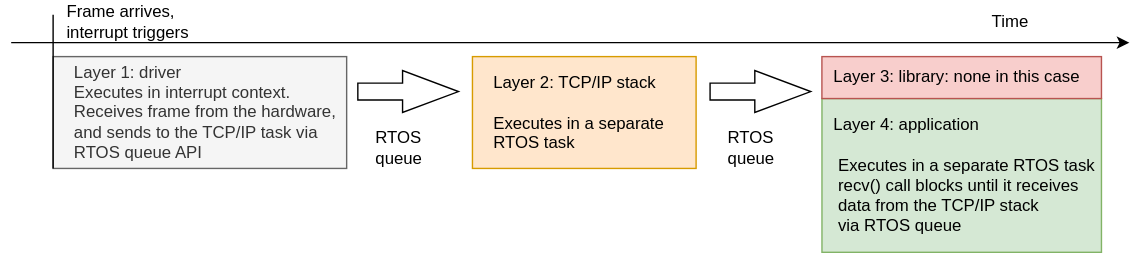
Earlier version of the draw.io export media/socket.svg (cpq/embedded-network-programming-guide). Source tidied: cells renumbered, new cells last; positions are measured from the earlier drawing's top-left corner, leaving out a move shared by most shapes. Its diagram source:
```xml
<mxGraphModel>
  <root>
    <mxCell id="0" />
    <mxCell id="1" parent="0" />
    <mxCell id="2" value="&amp;nbsp; Layer 4: application&lt;br&gt;&lt;br&gt;&amp;nbsp; &amp;nbsp;Executes in a separate RTOS task&lt;br&gt;&amp;nbsp; &amp;nbsp;recv() call blocks until it receives&lt;br&gt;&amp;nbsp; &amp;nbsp;data from the TCP/IP stack&lt;br&gt;&amp;nbsp; &amp;nbsp;via RTOS queue" style="rounded=0;whiteSpace=wrap;html=1;fillColor=#d5e8d4;strokeColor=#82b366;align=left;" parent="1" vertex="1">
      <mxGeometry x="580" y="70" width="200" height="110" as="geometry" />
    </mxCell>
    <mxCell id="3" value="&amp;nbsp; Layer 3: library: none in this case" style="rounded=0;whiteSpace=wrap;html=1;fillColor=#f8cecc;strokeColor=#b85450;align=left;" parent="1" vertex="1">
      <mxGeometry x="580" y="40" width="200" height="30" as="geometry" />
    </mxCell>
    <mxCell id="4" value="&amp;nbsp; &amp;nbsp; Layer 2: TCP/IP stack&lt;br&gt;&lt;br&gt;&amp;nbsp; &amp;nbsp; Executes in a separate&lt;br&gt;&amp;nbsp; &amp;nbsp; RTOS task" style="rounded=0;whiteSpace=wrap;html=1;fillColor=#ffe6cc;strokeColor=#d79b00;align=left;" parent="1" vertex="1">
      <mxGeometry x="330" y="40" width="160" height="80" as="geometry" />
    </mxCell>
    <mxCell id="5" value="&amp;nbsp; &amp;nbsp; Layer 1: driver&lt;br&gt;&amp;nbsp; &amp;nbsp; Executes in interrupt context.&lt;br&gt;&amp;nbsp; &amp;nbsp; Receives frame from the hardware,&lt;br&gt;&amp;nbsp; &amp;nbsp; and sends to the TCP/IP task via&lt;br&gt;&amp;nbsp; &amp;nbsp; RTOS queue API" style="rounded=0;whiteSpace=wrap;html=1;fillColor=#f5f5f5;strokeColor=#666666;align=left;fontColor=#333333;" parent="1" vertex="1">
      <mxGeometry x="30" y="40" width="210" height="80" as="geometry" />
    </mxCell>
    <mxCell id="6" value="Frame arrives,&amp;nbsp; interrupt triggers" style="text;html=1;strokeColor=none;fillColor=none;align=left;verticalAlign=middle;whiteSpace=wrap;rounded=0;" parent="1" vertex="1">
      <mxGeometry x="38" width="90" height="30" as="geometry" />
    </mxCell>
    <mxCell id="7" style="endArrow=classic;html=1;rounded=0;endFill=1;" parent="1" edge="1">
      <mxGeometry relative="1" as="geometry">
        <mxPoint y="30" as="sourcePoint" />
        <mxPoint x="800" y="30" as="targetPoint" />
      </mxGeometry>
    </mxCell>
    <mxCell id="8" value="Time" style="text;html=1;strokeColor=none;fillColor=none;align=center;verticalAlign=middle;whiteSpace=wrap;rounded=0;" parent="1" vertex="1">
      <mxGeometry x="690" width="50" height="30" as="geometry" />
    </mxCell>
    <mxCell id="9" style="endArrow=none;html=1;rounded=0;" parent="1" edge="1">
      <mxGeometry relative="1" as="geometry">
        <mxPoint x="30" y="120" as="sourcePoint" />
        <mxPoint x="30" y="10" as="targetPoint" />
      </mxGeometry>
    </mxCell>
    <mxCell id="10" style="html=1;shadow=0;dashed=0;align=center;verticalAlign=middle;shape=mxgraph.arrows2.arrow;dy=0.6;dx=40;notch=0;" parent="1" vertex="1">
      <mxGeometry x="248" y="50" width="72" height="30" as="geometry" />
    </mxCell>
    <mxCell id="11" value="RTOS queue" style="text;html=1;strokeColor=none;fillColor=none;align=left;verticalAlign=middle;whiteSpace=wrap;rounded=0;" parent="1" vertex="1">
      <mxGeometry x="259" y="90" width="50" height="30" as="geometry" />
    </mxCell>
    <mxCell id="12" style="html=1;shadow=0;dashed=0;align=center;verticalAlign=middle;shape=mxgraph.arrows2.arrow;dy=0.6;dx=40;notch=0;" parent="1" vertex="1">
      <mxGeometry x="500" y="50" width="72" height="30" as="geometry" />
    </mxCell>
    <mxCell id="13" value="RTOS queue" style="text;html=1;strokeColor=none;fillColor=none;align=left;verticalAlign=middle;whiteSpace=wrap;rounded=0;" parent="1" vertex="1">
      <mxGeometry x="511" y="90" width="50" height="30" as="geometry" />
    </mxCell>
  </root>
</mxGraphModel>
```
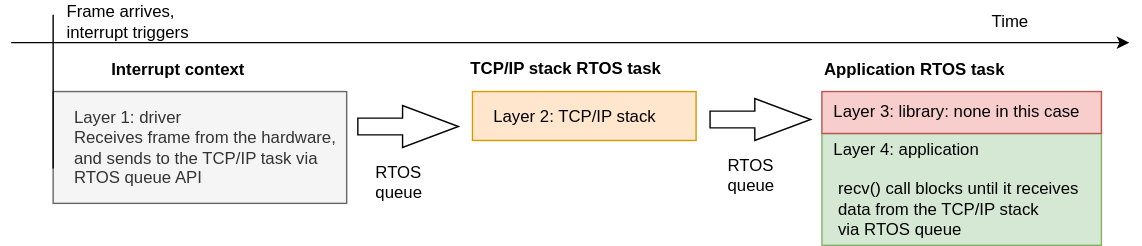
Later version of the same file.

What changed in the source:
```diff
@@ -2,34 +2,34 @@
   <root>
     <mxCell id="0" />
     <mxCell id="1" parent="0" />
-    <mxCell id="2" value="&amp;nbsp; Layer 4: application&lt;br&gt;&lt;br&gt;&amp;nbsp; &amp;nbsp;Executes in a separate RTOS task&lt;br&gt;&amp;nbsp; &amp;nbsp;recv() call blocks until it receives&lt;br&gt;&amp;nbsp; &amp;nbsp;data from the TCP/IP stack&lt;br&gt;&amp;nbsp; &amp;nbsp;via RTOS queue" style="rounded=0;whiteSpace=wrap;html=1;fillColor=#d5e8d4;strokeColor=#82b366;align=left;" parent="1" vertex="1">
-      <mxGeometry x="580" y="70" width="200" height="110" as="geometry" />
+    <mxCell id="2" value="&amp;nbsp; Layer 4: application&lt;br&gt;&lt;br&gt;&amp;nbsp; &amp;nbsp;recv() call blocks until it receives&lt;br&gt;&amp;nbsp; &amp;nbsp;data from the TCP/IP stack&lt;br&gt;&amp;nbsp; &amp;nbsp;via RTOS queue" style="rounded=0;whiteSpace=wrap;html=1;fillColor=#d5e8d4;strokeColor=#82b366;align=left;" parent="1" vertex="1">
+      <mxGeometry x="580" y="70" width="200" height="80" as="geometry" />
     </mxCell>
     <mxCell id="3" value="&amp;nbsp; Layer 3: library: none in this case" style="rounded=0;whiteSpace=wrap;html=1;fillColor=#f8cecc;strokeColor=#b85450;align=left;" parent="1" vertex="1">
       <mxGeometry x="580" y="40" width="200" height="30" as="geometry" />
     </mxCell>
-    <mxCell id="4" value="&amp;nbsp; &amp;nbsp; Layer 2: TCP/IP stack&lt;br&gt;&lt;br&gt;&amp;nbsp; &amp;nbsp; Executes in a separate&lt;br&gt;&amp;nbsp; &amp;nbsp; RTOS task" style="rounded=0;whiteSpace=wrap;html=1;fillColor=#ffe6cc;strokeColor=#d79b00;align=left;" parent="1" vertex="1">
-      <mxGeometry x="330" y="40" width="160" height="80" as="geometry" />
+    <mxCell id="4" value="&amp;nbsp; &amp;nbsp; Layer 2: TCP/IP stack&lt;br&gt;" style="rounded=0;whiteSpace=wrap;html=1;fillColor=#ffe6cc;strokeColor=#d79b00;align=left;" parent="1" vertex="1">
+      <mxGeometry x="330" y="40" width="160" height="35" as="geometry" />
     </mxCell>
-    <mxCell id="5" value="&amp;nbsp; &amp;nbsp; Layer 1: driver&lt;br&gt;&amp;nbsp; &amp;nbsp; Executes in interrupt context.&lt;br&gt;&amp;nbsp; &amp;nbsp; Receives frame from the hardware,&lt;br&gt;&amp;nbsp; &amp;nbsp; and sends to the TCP/IP task via&lt;br&gt;&amp;nbsp; &amp;nbsp; RTOS queue API" style="rounded=0;whiteSpace=wrap;html=1;fillColor=#f5f5f5;strokeColor=#666666;align=left;fontColor=#333333;" parent="1" vertex="1">
+    <mxCell id="5" value="&amp;nbsp; &amp;nbsp; Layer 1: driver&lt;br&gt;&amp;nbsp; &amp;nbsp; Receives frame from the hardware,&lt;br&gt;&amp;nbsp; &amp;nbsp; and sends to the TCP/IP task via&lt;br&gt;&amp;nbsp; &amp;nbsp; RTOS queue API" style="rounded=0;whiteSpace=wrap;html=1;fillColor=#f5f5f5;strokeColor=#666666;align=left;fontColor=#333333;" parent="1" vertex="1">
       <mxGeometry x="30" y="40" width="210" height="80" as="geometry" />
     </mxCell>
     <mxCell id="6" value="Frame arrives,&amp;nbsp; interrupt triggers" style="text;html=1;strokeColor=none;fillColor=none;align=left;verticalAlign=middle;whiteSpace=wrap;rounded=0;" parent="1" vertex="1">
-      <mxGeometry x="38" width="90" height="30" as="geometry" />
+      <mxGeometry x="38" y="-25" width="90" height="30" as="geometry" />
     </mxCell>
     <mxCell id="7" style="endArrow=classic;html=1;rounded=0;endFill=1;" parent="1" edge="1">
       <mxGeometry relative="1" as="geometry">
-        <mxPoint y="30" as="sourcePoint" />
-        <mxPoint x="800" y="30" as="targetPoint" />
+        <mxPoint y="5" as="sourcePoint" />
+        <mxPoint x="800" y="5" as="targetPoint" />
       </mxGeometry>
     </mxCell>
     <mxCell id="8" value="Time" style="text;html=1;strokeColor=none;fillColor=none;align=center;verticalAlign=middle;whiteSpace=wrap;rounded=0;" parent="1" vertex="1">
-      <mxGeometry x="690" width="50" height="30" as="geometry" />
+      <mxGeometry x="690" y="-25" width="50" height="30" as="geometry" />
     </mxCell>
     <mxCell id="9" style="endArrow=none;html=1;rounded=0;" parent="1" edge="1">
       <mxGeometry relative="1" as="geometry">
-        <mxPoint x="30" y="120" as="sourcePoint" />
-        <mxPoint x="30" y="10" as="targetPoint" />
+        <mxPoint x="30" y="95" as="sourcePoint" />
+        <mxPoint x="30" y="-15" as="targetPoint" />
       </mxGeometry>
     </mxCell>
     <mxCell id="10" style="html=1;shadow=0;dashed=0;align=center;verticalAlign=middle;shape=mxgraph.arrows2.arrow;dy=0.6;dx=40;notch=0;" parent="1" vertex="1">
@@ -39,10 +39,19 @@
       <mxGeometry x="259" y="90" width="50" height="30" as="geometry" />
     </mxCell>
     <mxCell id="12" style="html=1;shadow=0;dashed=0;align=center;verticalAlign=middle;shape=mxgraph.arrows2.arrow;dy=0.6;dx=40;notch=0;" parent="1" vertex="1">
-      <mxGeometry x="500" y="50" width="72" height="30" as="geometry" />
+      <mxGeometry x="500" y="45" width="72" height="30" as="geometry" />
     </mxCell>
     <mxCell id="13" value="RTOS queue" style="text;html=1;strokeColor=none;fillColor=none;align=left;verticalAlign=middle;whiteSpace=wrap;rounded=0;" parent="1" vertex="1">
-      <mxGeometry x="511" y="90" width="50" height="30" as="geometry" />
+      <mxGeometry x="511" y="85" width="50" height="30" as="geometry" />
     </mxCell>
+    <mxCell id="14" value="Interrupt context" style="text;html=1;strokeColor=none;fillColor=none;align=left;verticalAlign=middle;whiteSpace=wrap;rounded=0;fontStyle=1;" parent="1" vertex="1">
+      <mxGeometry x="70" y="10" width="111" height="30" as="geometry" />
+    </mxCell>
+    <mxCell id="15" value="TCP/IP stack RTOS task" style="text;html=1;strokeColor=none;fillColor=none;align=left;verticalAlign=middle;whiteSpace=wrap;rounded=0;fontStyle=1;" parent="1" vertex="1">
+      <mxGeometry x="327" y="9" width="160" height="30" as="geometry" />
+    </mxCell>
+    <mxCell id="16" value="Application RTOS task" style="text;html=1;strokeColor=none;fillColor=none;align=left;verticalAlign=middle;whiteSpace=wrap;rounded=0;fontStyle=1;" parent="1" vertex="1">
+      <mxGeometry x="580" y="10" width="160" height="30" as="geometry" />
+    </mxCell>
   </root>
 </mxGraphModel>
```
